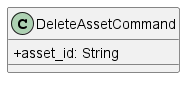
GroupRubberDuck/Documentazione keeps this PlantUML diagram as src/PB/DocumentazioneEsterna/Specifica_Tecnica/content/uml/png/DeleteAsset/DeleteAssetCommand.png. Above is the earlier version.
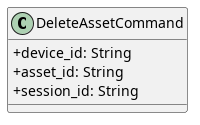
After the commit.

Change to the diagram source:
```diff
@@ -1,7 +1,10 @@
-@startuml
+@startuml DeleteAssetCommand
 skinparam classAttributeIconSize 0
 
- class DeleteAssetCommand {
-        + asset_id: String
-    }
+class DeleteAssetCommand {
+    + device_id: String
+    + asset_id: String
+    + session_id: String
+
+}
 @enduml
```
